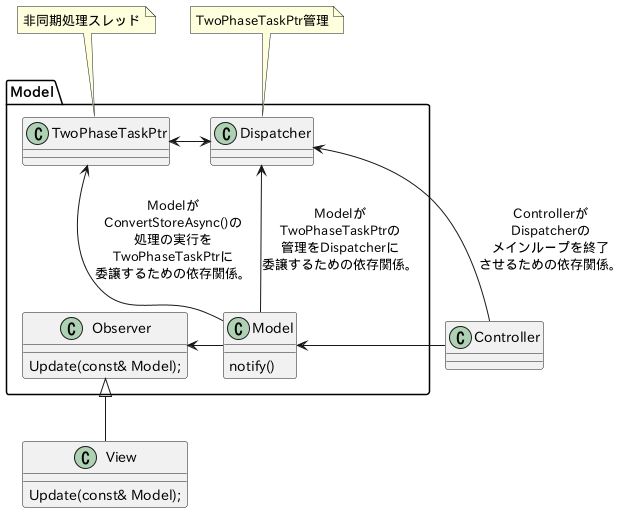
Earlier version of the PlantUML export plant_uml/ref_async_r6_class.png (ichiroprogrammer/comprehensive_cpp). Its diagram source:
```plantuml
@startuml
package Model as ModelPkg {
    class Model {
        notify()
    }

    class Observer {
        Update(const& Model);
    }

    class TwoPhaseTaskPtr
    class Dispatcher
}

class View {
    Update(const& Model);
}

class Controller

note top of TwoPhaseTaskPtr : 非同期処理スレッド
note top of Dispatcher : TwoPhaseTaskPtr管理

View -up-|> Observer
Model-up->TwoPhaseTaskPtr : Modelが\nConvertStoreAsync()の\n処理の実行を\nTwoPhaseTaskPtrに\n委譲するための依存関係。
Model-up->Dispatcher : Modelが\nTwoPhaseTaskPtrの\n管理をDispatcherに\n委譲するための依存関係。
Model-left->Observer
Controller-up->Dispatcher : Controllerが\nDispatcherの\nメインループを終了\nさせるための依存関係。
Controller->Model
TwoPhaseTaskPtr <-right->Dispatcher

@enduml
```
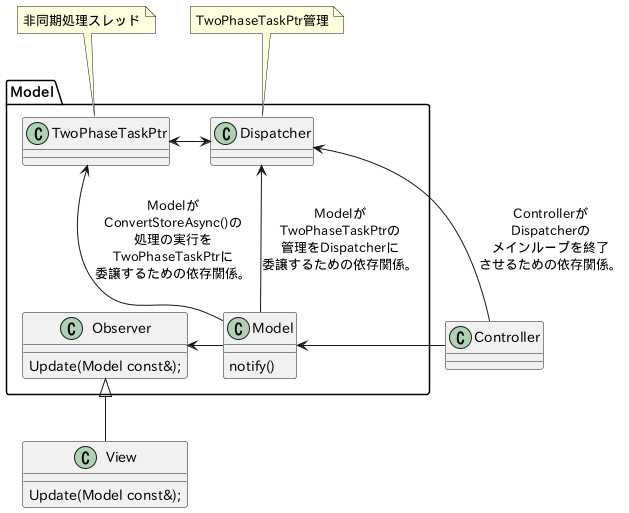
Above is the later version.

Commit message:
apply east-const for pu

The edit, as a diff of the source:
```diff
@@ -5,7 +5,7 @@
     }
 
     class Observer {
-        Update(const& Model);
+        Update(Model const&);
     }
 
     class TwoPhaseTaskPtr
@@ -13,7 +13,7 @@
 }
 
 class View {
-    Update(const& Model);
+    Update(Model const&);
 }
 
 class Controller
```
